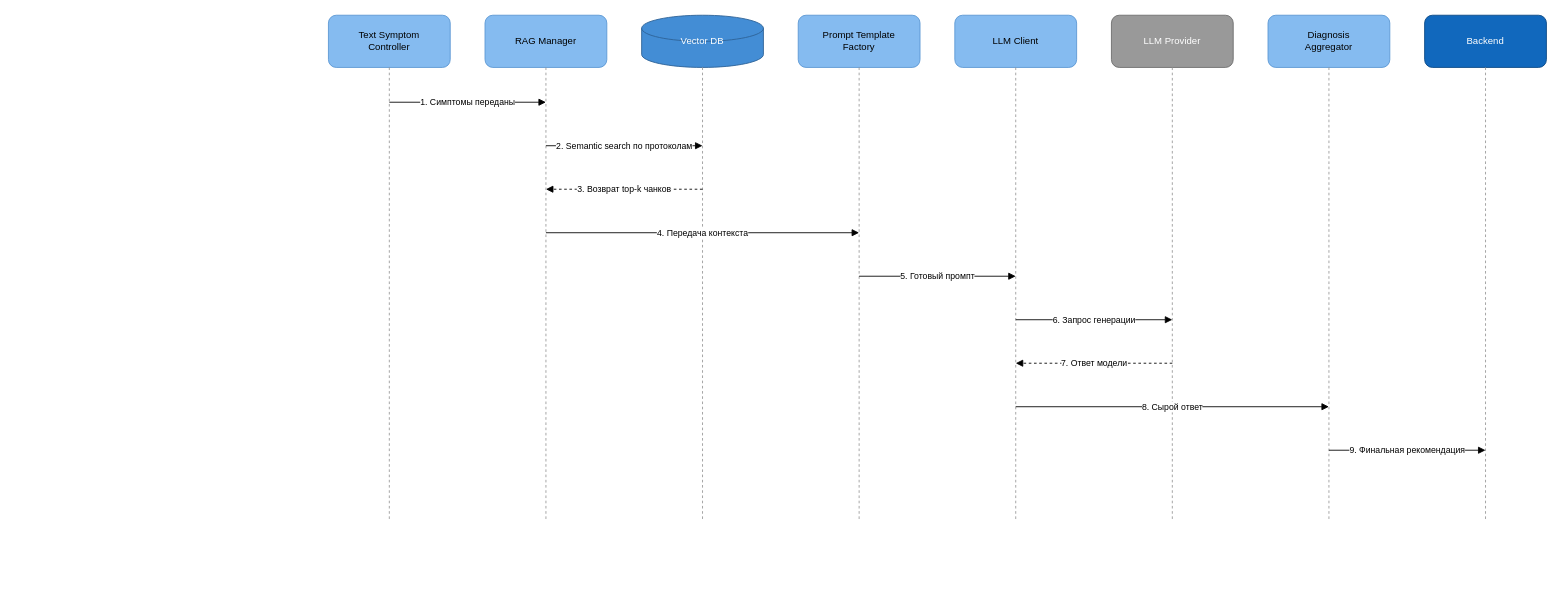
anastasiya-h79/vetai-hw-c4 keeps this draw.io diagram as sequence-diagram.drawio. Above is the earlier version. Source tidied: cells renumbered, new cells numbered last; positions are measured from the earlier drawing's top-left corner, leaving out a move shared by most shapes. Both pictures are drawn from the tidied source at 87%, with x=0, y=0 at pixel (328, 15).
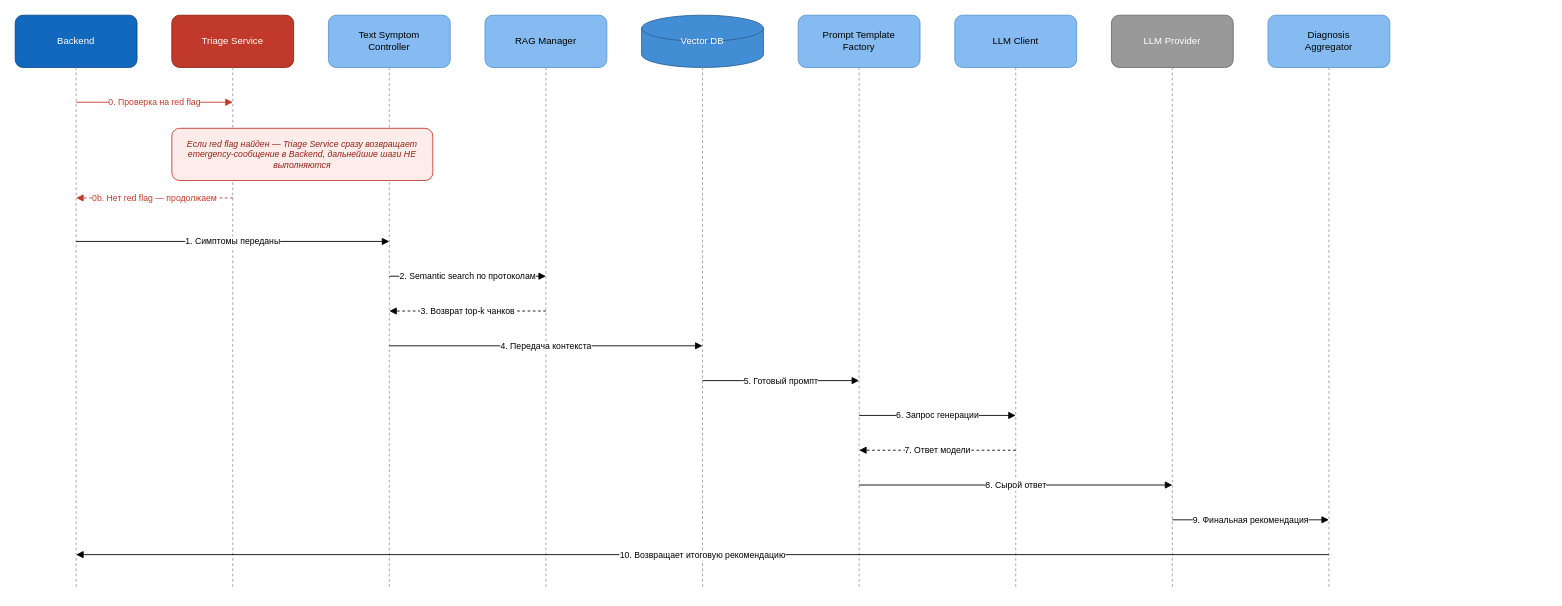
The same page after the edit.

Commit message (it also covers changes not shown here):
add triage service, scope out media analysis, structure lab input

The edit, as a diff of the source:
```diff
@@
+    <mxCell id="9" value="Backend" style="rounded=1;whiteSpace=wrap;html=1;fillColor=#1168bd;strokeColor=#0b4884;fontColor=#ffffff;fontSize=11;" parent="1" vertex="1">
+      <mxGeometry x="-360" width="140" height="60" as="geometry" />
+    </mxCell>
+    <mxCell id="27" value="Triage Service" style="rounded=1;whiteSpace=wrap;html=1;fillColor=#c0392b;strokeColor=#8e2418;fontColor=#ffffff;fontSize=11;" parent="1" vertex="1">
+      <mxGeometry x="-180" width="140" height="60" as="geometry" />
+    </mxCell>
@@
-    <mxCell id="9" value="Backend" style="rounded=1;whiteSpace=wrap;html=1;fillColor=#1168bd;strokeColor=#0b4884;fontColor=#ffffff;fontSize=11;" parent="1" vertex="1">
-      <mxGeometry x="1260" width="140" height="60" as="geometry" />
-    </mxCell>
+    <mxCell id="28" style="html=1;dashed=1;endArrow=none;startArrow=none;strokeColor=#999999;" parent="1" edge="1">
+      <mxGeometry relative="1" as="geometry">
+        <mxPoint x="-290" y="60" as="sourcePoint" />
+        <mxPoint x="-290" y="660" as="targetPoint" />
+      </mxGeometry>
+    </mxCell>
+    <mxCell id="29" style="html=1;dashed=1;endArrow=none;startArrow=none;strokeColor=#999999;" parent="1" edge="1">
+      <mxGeometry relative="1" as="geometry">
+        <mxPoint x="-110" y="60" as="sourcePoint" />
+        <mxPoint x="-110" y="660" as="targetPoint" />
+      </mxGeometry>
+    </mxCell>
     <mxCell id="10" style="html=1;dashed=1;endArrow=none;startArrow=none;strokeColor=#999999;" parent="1" edge="1">
       <mxGeometry relative="1" as="geometry">
         <mxPoint x="70" y="60" as="sourcePoint" />
-        <mxPoint x="70" y="580" as="targetPoint" />
+        <mxPoint x="70" y="660" as="targetPoint" />
       </mxGeometry>
     </mxCell>
     <mxCell id="11" style="html=1;dashed=1;endArrow=none;startArrow=none;strokeColor=#999999;" parent="1" edge="1">
       <mxGeometry relative="1" as="geometry">
         <mxPoint x="250" y="60" as="sourcePoint" />
-        <mxPoint x="250" y="580" as="targetPoint" />
+        <mxPoint x="250" y="660" as="targetPoint" />
       </mxGeometry>
     </mxCell>
     <mxCell id="12" style="html=1;dashed=1;endArrow=none;startArrow=none;strokeColor=#999999;" parent="1" edge="1">
       <mxGeometry relative="1" as="geometry">
         <mxPoint x="430" y="60" as="sourcePoint" />
-        <mxPoint x="430" y="580" as="targetPoint" />
+        <mxPoint x="430" y="660" as="targetPoint" />
       </mxGeometry>
     </mxCell>
     <mxCell id="13" style="html=1;dashed=1;endArrow=none;startArrow=none;strokeColor=#999999;" parent="1" edge="1">
       <mxGeometry relative="1" as="geometry">
         <mxPoint x="610" y="60" as="sourcePoint" />
-        <mxPoint x="610" y="580" as="targetPoint" />
+        <mxPoint x="610" y="660" as="targetPoint" />
       </mxGeometry>
     </mxCell>
     <mxCell id="14" style="html=1;dashed=1;endArrow=none;startArrow=none;strokeColor=#999999;" parent="1" edge="1">
       <mxGeometry relative="1" as="geometry">
         <mxPoint x="790" y="60" as="sourcePoint" />
-        <mxPoint x="790" y="580" as="targetPoint" />
+        <mxPoint x="790" y="660" as="targetPoint" />
       </mxGeometry>
     </mxCell>
     <mxCell id="15" style="html=1;dashed=1;endArrow=none;startArrow=none;strokeColor=#999999;" parent="1" edge="1">
       <mxGeometry relative="1" as="geometry">
         <mxPoint x="970" y="60" as="sourcePoint" />
-        <mxPoint x="970" y="580" as="targetPoint" />
+        <mxPoint x="970" y="660" as="targetPoint" />
       </mxGeometry>
     </mxCell>
     <mxCell id="16" style="html=1;dashed=1;endArrow=none;startArrow=none;strokeColor=#999999;" parent="1" edge="1">
       <mxGeometry relative="1" as="geometry">
         <mxPoint x="1150" y="60" as="sourcePoint" />
-        <mxPoint x="1150" y="580" as="targetPoint" />
+        <mxPoint x="1150" y="660" as="targetPoint" />
       </mxGeometry>
     </mxCell>
-    <mxCell id="17" style="html=1;dashed=1;endArrow=none;startArrow=none;strokeColor=#999999;" parent="1" edge="1">
-      <mxGeometry relative="1" as="geometry">
-        <mxPoint x="1330" y="60" as="sourcePoint" />
-        <mxPoint x="1330" y="580" as="targetPoint" />
-      </mxGeometry>
-    </mxCell>
+    <mxCell id="30" value="0. Проверка на red flag" style="html=1;endArrow=block;fontSize=10;strokeColor=#c0392b;fontColor=#c0392b;" parent="1" edge="1">
+      <mxGeometry relative="1" as="geometry">
+        <mxPoint x="-290" y="100" as="sourcePoint" />
+        <mxPoint x="-110" y="100" as="targetPoint" />
+      </mxGeometry>
+    </mxCell>
+    <mxCell id="31" value="Если red flag найден — Triage Service сразу возвращает emergency-сообщение в Backend, дальнейшие шаги НЕ выполняются" style="rounded=1;whiteSpace=wrap;html=1;fillColor=#fdecea;strokeColor=#c0392b;fontColor=#8e2418;fontSize=10;fontStyle=2;" parent="1" vertex="1">
+      <mxGeometry x="-180" y="130" width="300" height="60" as="geometry" />
+    </mxCell>
+    <mxCell id="32" value="0b. Нет red flag — продолжаем" style="html=1;endArrow=block;dashed=1;fontSize=10;strokeColor=#c0392b;fontColor=#c0392b;" parent="1" edge="1">
+      <mxGeometry relative="1" as="geometry">
+        <mxPoint x="-110" y="210" as="sourcePoint" />
+        <mxPoint x="-290" y="210" as="targetPoint" />
+      </mxGeometry>
+    </mxCell>
     <mxCell id="18" value="1. Симптомы переданы" style="html=1;endArrow=block;fontSize=10;" parent="1" edge="1">
       <mxGeometry relative="1" as="geometry">
-        <mxPoint x="70" y="100" as="sourcePoint" />
-        <mxPoint x="250" y="100" as="targetPoint" />
+        <mxPoint x="-290" y="260" as="sourcePoint" />
+        <mxPoint x="70" y="260" as="targetPoint" />
       </mxGeometry>
     </mxCell>
     <mxCell id="19" value="2. Semantic search по протоколам" style="html=1;endArrow=block;fontSize=10;" parent="1" edge="1">
       <mxGeometry relative="1" as="geometry">
-        <mxPoint x="250" y="150" as="sourcePoint" />
-        <mxPoint x="430" y="150" as="targetPoint" />
+        <mxPoint x="70" y="300" as="sourcePoint" />
+        <mxPoint x="250" y="300" as="targetPoint" />
       </mxGeometry>
     </mxCell>
     <mxCell id="20" value="3. Возврат top-k чанков" style="html=1;endArrow=block;dashed=1;fontSize=10;" parent="1" edge="1">
       <mxGeometry relative="1" as="geometry">
-        <mxPoint x="430" y="200" as="sourcePoint" />
-        <mxPoint x="250" y="200" as="targetPoint" />
+        <mxPoint x="250" y="340" as="sourcePoint" />
+        <mxPoint x="70" y="340" as="targetPoint" />
       </mxGeometry>
     </mxCell>
     <mxCell id="21" value="4. Передача контекста" style="html=1;endArrow=block;fontSize=10;" parent="1" edge="1">
       <mxGeometry relative="1" as="geometry">
-        <mxPoint x="250" y="250" as="sourcePoint" />
-        <mxPoint x="610" y="250" as="targetPoint" />
+        <mxPoint x="70" y="380" as="sourcePoint" />
+        <mxPoint x="430" y="380" as="targetPoint" />
       </mxGeometry>
     </mxCell>
     <mxCell id="22" value="5. Готовый промпт" style="html=1;endArrow=block;fontSize=10;" parent="1" edge="1">
       <mxGeometry relative="1" as="geometry">
-        <mxPoint x="610" y="300" as="sourcePoint" />
-        <mxPoint x="790" y="300" as="targetPoint" />
+        <mxPoint x="430" y="420" as="sourcePoint" />
+        <mxPoint x="610" y="420" as="targetPoint" />
       </mxGeometry>
     </mxCell>
     <mxCell id="23" value="6. Запрос генерации" style="html=1;endArrow=block;fontSize=10;" parent="1" edge="1">
       <mxGeometry relative="1" as="geometry">
-        <mxPoint x="790" y="350" as="sourcePoint" />
-        <mxPoint x="970" y="350" as="targetPoint" />
+        <mxPoint x="610" y="460" as="sourcePoint" />
+        <mxPoint x="790" y="460" as="targetPoint" />
       </mxGeometry>
     </mxCell>
     <mxCell id="24" value="7. Ответ модели" style="html=1;endArrow=block;dashed=1;fontSize=10;" parent="1" edge="1">
       <mxGeometry relative="1" as="geometry">
-        <mxPoint x="970" y="400" as="sourcePoint" />
-        <mxPoint x="790" y="400" as="targetPoint" />
+        <mxPoint x="790" y="500" as="sourcePoint" />
+        <mxPoint x="610" y="500" as="targetPoint" />
       </mxGeometry>
     </mxCell>
     <mxCell id="25" value="8. Сырой ответ" style="html=1;endArrow=block;fontSize=10;" parent="1" edge="1">
       <mxGeometry relative="1" as="geometry">
-        <mxPoint x="790" y="450" as="sourcePoint" />
-        <mxPoint x="1150" y="450" as="targetPoint" />
+        <mxPoint x="610" y="540" as="sourcePoint" />
+        <mxPoint x="970" y="540" as="targetPoint" />
       </mxGeometry>
     </mxCell>
     <mxCell id="26" value="9. Финальная рекомендация" style="html=1;endArrow=block;fontSize=10;" parent="1" edge="1">
       <mxGeometry relative="1" as="geometry">
-        <mxPoint x="1150" y="500" as="sourcePoint" />
-        <mxPoint x="1330" y="500" as="targetPoint" />
+        <mxPoint x="970" y="580" as="sourcePoint" />
+        <mxPoint x="1150" y="580" as="targetPoint" />
       </mxGeometry>
     </mxCell>
+    <mxCell id="33" value="10. Возвращает итоговую рекомендацию" style="html=1;endArrow=block;fontSize=10;" parent="1" edge="1">
+      <mxGeometry relative="1" as="geometry">
+        <mxPoint x="1150" y="620" as="sourcePoint" />
+        <mxPoint x="-290" y="620" as="targetPoint" />
+      </mxGeometry>
+    </mxCell>
```
